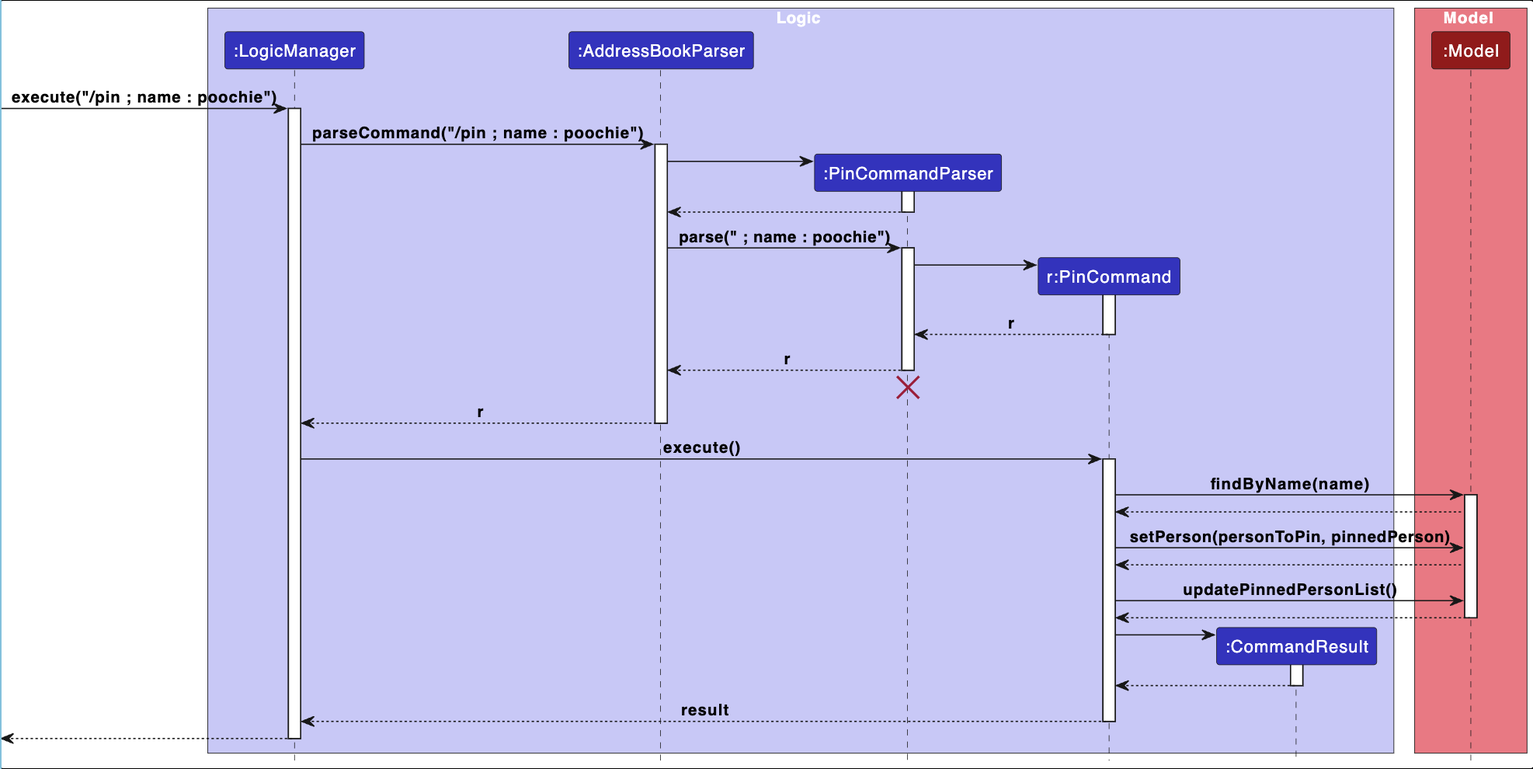
yleeyilin/tp keeps this PlantUML diagram as docs/images/PinCommandSequenceDiagram.png. Above is the earlier version. Its source is kept beside it as docs/diagrams/PinCommandSequenceDiagram.puml. Source of this version:
```plantuml
@startuml
!include style.puml

box Logic LOGIC_COLOR_T1
participant ":LogicManager" as LogicManager LOGIC_COLOR
participant ":AddressBookParser" as AddressBookParser LOGIC_COLOR
participant ":PinCommandParser" as PinCommandParser LOGIC_COLOR
participant "r:PinCommand" as PinCommand LOGIC_COLOR
participant ":CommandResult" as CommandResult LOGIC_COLOR
end box

box Model MODEL_COLOR_T1
participant ":Model" as Model MODEL_COLOR
end box
[-> LogicManager : execute("/pin ; name : poochie")
activate LogicManager

LogicManager -> AddressBookParser : parseCommand("/pin ; name : poochie")
activate AddressBookParser

create PinCommandParser
AddressBookParser -> PinCommandParser
activate PinCommandParser

PinCommandParser --> AddressBookParser
deactivate PinCommandParser

AddressBookParser -> PinCommandParser : parse(" ; name : poochie")
activate PinCommandParser

create PinCommand
PinCommandParser -> PinCommand
activate PinCommand

PinCommand --> PinCommandParser : r
deactivate PinCommand

PinCommandParser --> AddressBookParser : r
deactivate PinCommandParser

PinCommandParser -[hidden]-> AddressBookParser
destroy PinCommandParser

AddressBookParser --> LogicManager : r
deactivate AddressBookParser

LogicManager -> PinCommand : execute()
activate PinCommand

PinCommand -> Model : findByName(name)
activate Model

Model --> PinCommand

PinCommand -> Model : setPerson(personToPin, pinnedPerson)

Model --> PinCommand

PinCommand -> Model : updatePinnedPersonList()

Model --> PinCommand
deactivate Model

create CommandResult
PinCommand -> CommandResult
activate CommandResult

CommandResult --> PinCommand
deactivate CommandResult

PinCommand --> LogicManager : result
deactivate PinCommand

[<--LogicManager
deactivate LogicManager
@enduml
```
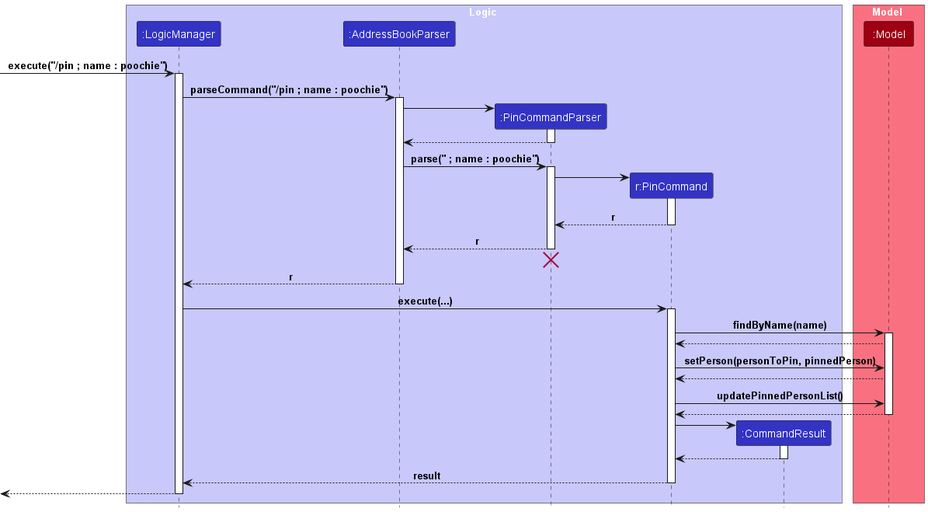
The same file after the commit.

What changed in the source:
```diff
@@ -44,7 +44,7 @@
 AddressBookParser --> LogicManager : r
 deactivate AddressBookParser
 
-LogicManager -> PinCommand : execute()
+LogicManager -> PinCommand : execute(...)
 activate PinCommand
 
 PinCommand -> Model : findByName(name)
```
